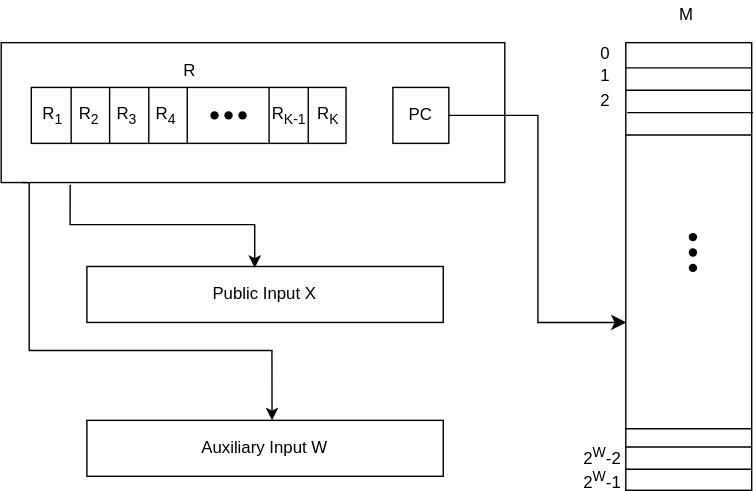
Earlier version of the draw.io export docs/public/images/nvm-architecture.svg (nexus-xyz/nexus-zkvm). Source tidied: cells renumbered, new cells last; positions are measured from the earlier drawing's top-left corner, leaving out a move shared by most shapes. The source it was exported from:
```xml
<mxGraphModel>
  <root>
    <mxCell id="0" />
    <mxCell id="1" parent="0" />
    <mxCell id="2" style="group;" parent="1" vertex="1">
      <mxGeometry width="537.5" height="350" as="geometry" />
    </mxCell>
    <mxCell id="3" style="group;" parent="2" vertex="1">
      <mxGeometry x="400" y="30" width="137.5" height="320" as="geometry" />
    </mxCell>
    <mxCell id="4" style="rounded=0;whiteSpace=wrap;html=1;direction=south;" parent="3" vertex="1">
      <mxGeometry x="46.5" width="90" height="320" as="geometry" />
    </mxCell>
    <mxCell id="5" style="line;strokeWidth=1;html=1;perimeter=backbonePerimeter;" parent="3" vertex="1">
      <mxGeometry x="46.5" y="12" width="90" height="12" as="geometry" />
    </mxCell>
    <mxCell id="6" style="line;strokeWidth=1;html=1;perimeter=backbonePerimeter;" parent="3" vertex="1">
      <mxGeometry x="46.5" y="28" width="90" height="12" as="geometry" />
    </mxCell>
    <mxCell id="7" style="line;strokeWidth=1;html=1;perimeter=backbonePerimeter;" parent="3" vertex="1">
      <mxGeometry x="47.5" y="44" width="90" height="12" as="geometry" />
    </mxCell>
    <mxCell id="8" style="line;strokeWidth=1;html=1;perimeter=backbonePerimeter;" parent="3" vertex="1">
      <mxGeometry x="46.5" y="60" width="90" height="12" as="geometry" />
    </mxCell>
    <mxCell id="9" style="line;strokeWidth=1;html=1;perimeter=backbonePerimeter;" parent="3" vertex="1">
      <mxGeometry x="46.5" y="299" width="90" height="12" as="geometry" />
    </mxCell>
    <mxCell id="10" style="line;strokeWidth=1;html=1;perimeter=backbonePerimeter;" parent="3" vertex="1">
      <mxGeometry x="46.5" y="283" width="90" height="12" as="geometry" />
    </mxCell>
    <mxCell id="11" style="line;strokeWidth=1;html=1;perimeter=backbonePerimeter;" parent="3" vertex="1">
      <mxGeometry x="46" y="270" width="90" height="12" as="geometry" />
    </mxCell>
    <mxCell id="12" style="group;" parent="3" vertex="1">
      <mxGeometry x="84.5" y="129" width="20" height="42" as="geometry" />
    </mxCell>
    <mxCell id="13" style="shape=waypoint;sketch=0;fillStyle=solid;size=6;fillColor=none;perimeter=centerPerimeter;" parent="12" vertex="1">
      <mxGeometry y="11" width="20" height="20" as="geometry" />
    </mxCell>
    <mxCell id="14" style="shape=waypoint;sketch=0;fillStyle=solid;size=6;fillColor=none;perimeter=centerPerimeter;" parent="12" vertex="1">
      <mxGeometry y="22" width="20" height="20" as="geometry" />
    </mxCell>
    <mxCell id="15" style="shape=waypoint;sketch=0;fillStyle=solid;size=6;fillColor=none;perimeter=centerPerimeter;" parent="12" vertex="1">
      <mxGeometry width="20" height="20" as="geometry" />
    </mxCell>
    <mxCell id="16" value="0" style="text;html=1;strokeColor=none;fillColor=none;align=center;verticalAlign=middle;whiteSpace=wrap;rounded=0;" parent="3" vertex="1">
      <mxGeometry x="2" y="3" width="60" height="9" as="geometry" />
    </mxCell>
    <mxCell id="17" value="1" style="text;html=1;strokeColor=none;fillColor=none;align=center;verticalAlign=middle;whiteSpace=wrap;rounded=0;" parent="3" vertex="1">
      <mxGeometry x="2" y="20" width="60" height="9" as="geometry" />
    </mxCell>
    <mxCell id="18" value="2" style="text;html=1;strokeColor=none;fillColor=none;align=center;verticalAlign=middle;whiteSpace=wrap;rounded=0;" parent="3" vertex="1">
      <mxGeometry x="2" y="37" width="60" height="9" as="geometry" />
    </mxCell>
    <mxCell id="19" value="2&lt;sup&gt;W&lt;/sup&gt;-1" style="text;html=1;strokeColor=none;fillColor=none;align=center;verticalAlign=middle;whiteSpace=wrap;rounded=0;" parent="3" vertex="1">
      <mxGeometry y="308" width="60" height="9" as="geometry" />
    </mxCell>
    <mxCell id="20" value="2&lt;sup&gt;W&lt;/sup&gt;-2" style="text;html=1;strokeColor=none;fillColor=none;align=center;verticalAlign=middle;whiteSpace=wrap;rounded=0;" parent="3" vertex="1">
      <mxGeometry y="292" width="60" height="9" as="geometry" />
    </mxCell>
    <mxCell id="21" value="M" style="text;html=1;strokeColor=none;fillColor=none;align=center;verticalAlign=middle;whiteSpace=wrap;rounded=0;" parent="2" vertex="1">
      <mxGeometry x="460" width="60" height="20" as="geometry" />
    </mxCell>
    <mxCell id="22" value="Public Input X" style="rounded=0;whiteSpace=wrap;html=1;" parent="2" vertex="1">
      <mxGeometry x="61.2" y="190" width="254.8" height="40" as="geometry" />
    </mxCell>
    <mxCell id="23" style="rounded=0;whiteSpace=wrap;html=1;" parent="2" vertex="1">
      <mxGeometry y="30" width="360" height="100" as="geometry" />
    </mxCell>
    <mxCell id="24" value="PC" style="rounded=0;whiteSpace=wrap;html=1;" parent="2" vertex="1">
      <mxGeometry x="280" y="62" width="40" height="40" as="geometry" />
    </mxCell>
    <mxCell id="25" value="R" style="text;html=1;strokeColor=none;fillColor=none;align=center;verticalAlign=middle;whiteSpace=wrap;rounded=0;" parent="2" vertex="1">
      <mxGeometry x="105.2" y="40" width="60" height="20" as="geometry" />
    </mxCell>
    <mxCell id="26" style="group;" parent="2" vertex="1">
      <mxGeometry x="20" y="62" width="230.5" height="40" as="geometry" />
    </mxCell>
    <mxCell id="27" style="rounded=0;whiteSpace=wrap;html=1;" parent="26" vertex="1">
      <mxGeometry x="1.5" width="225" height="40" as="geometry" />
    </mxCell>
    <mxCell id="28" style="line;strokeWidth=1;direction=south;html=1;" parent="26" vertex="1">
      <mxGeometry x="25" width="10" height="40" as="geometry" />
    </mxCell>
    <mxCell id="29" style="line;strokeWidth=1;direction=south;html=1;" parent="26" vertex="1">
      <mxGeometry x="52.5" width="10" height="40" as="geometry" />
    </mxCell>
    <mxCell id="30" style="line;strokeWidth=1;direction=south;html=1;" parent="26" vertex="1">
      <mxGeometry x="80.5" width="10" height="40" as="geometry" />
    </mxCell>
    <mxCell id="31" style="line;strokeWidth=1;direction=south;html=1;" parent="26" vertex="1">
      <mxGeometry x="108" width="10" height="40" as="geometry" />
    </mxCell>
    <mxCell id="32" style="line;strokeWidth=1;direction=south;html=1;" parent="26" vertex="1">
      <mxGeometry x="166.5" width="10" height="40" as="geometry" />
    </mxCell>
    <mxCell id="33" style="line;strokeWidth=1;direction=south;html=1;" parent="26" vertex="1">
      <mxGeometry x="194.5" width="10" height="40" as="geometry" />
    </mxCell>
    <mxCell id="34" value="R&lt;sub&gt;1&lt;/sub&gt;" style="text;html=1;strokeColor=none;fillColor=none;align=center;verticalAlign=middle;whiteSpace=wrap;rounded=0;" parent="26" vertex="1">
      <mxGeometry y="10" width="34" height="20" as="geometry" />
    </mxCell>
    <mxCell id="35" value="R&lt;sub&gt;2&lt;/sub&gt;" style="text;html=1;strokeColor=none;fillColor=none;align=center;verticalAlign=middle;whiteSpace=wrap;rounded=0;" parent="26" vertex="1">
      <mxGeometry x="26" y="10" width="34" height="20" as="geometry" />
    </mxCell>
    <mxCell id="36" value="R&lt;sub&gt;3&lt;/sub&gt;" style="text;html=1;strokeColor=none;fillColor=none;align=center;verticalAlign=middle;whiteSpace=wrap;rounded=0;" parent="26" vertex="1">
      <mxGeometry x="53" y="10" width="34" height="20" as="geometry" />
    </mxCell>
    <mxCell id="37" value="R&lt;sub&gt;K-1&lt;/sub&gt;" style="text;html=1;strokeColor=none;fillColor=none;align=center;verticalAlign=middle;whiteSpace=wrap;rounded=0;" parent="26" vertex="1">
      <mxGeometry x="168.5" y="10" width="34" height="20" as="geometry" />
    </mxCell>
    <mxCell id="38" value="R&lt;sub&gt;K&lt;/sub&gt;" style="text;html=1;strokeColor=none;fillColor=none;align=center;verticalAlign=middle;whiteSpace=wrap;rounded=0;" parent="26" vertex="1">
      <mxGeometry x="196.5" y="10" width="34" height="20" as="geometry" />
    </mxCell>
    <mxCell id="39" value="R&lt;sub&gt;4&lt;/sub&gt;" style="text;html=1;strokeColor=none;fillColor=none;align=center;verticalAlign=middle;whiteSpace=wrap;rounded=0;" parent="26" vertex="1">
      <mxGeometry x="81" y="10" width="34" height="20" as="geometry" />
    </mxCell>
    <mxCell id="40" style="group;" parent="26" vertex="1">
      <mxGeometry x="122.5" y="10" width="40" height="20" as="geometry" />
    </mxCell>
    <mxCell id="41" style="shape=waypoint;sketch=0;fillStyle=solid;size=6;fillColor=none;perimeter=centerPerimeter;" parent="40" vertex="1">
      <mxGeometry width="20" height="20" as="geometry" />
    </mxCell>
    <mxCell id="42" style="shape=waypoint;sketch=0;fillStyle=solid;size=6;fillColor=none;perimeter=centerPerimeter;" parent="40" vertex="1">
      <mxGeometry x="10" width="20" height="20" as="geometry" />
    </mxCell>
    <mxCell id="43" style="shape=waypoint;sketch=0;fillStyle=solid;size=6;fillColor=none;perimeter=centerPerimeter;" parent="40" vertex="1">
      <mxGeometry x="20" width="20" height="20" as="geometry" />
    </mxCell>
    <mxCell id="44" style="edgeStyle=elbowEdgeStyle;elbow=horizontal;endArrow=classic;html=1;curved=0;rounded=0;endSize=8;startSize=8;exitX=1;exitY=0.5;exitDx=0;exitDy=0;" parent="2" edge="1" source="24">
      <mxGeometry relative="1" as="geometry">
        <mxPoint x="447" y="230" as="targetPoint" />
      </mxGeometry>
    </mxCell>
    <mxCell id="45" style="edgeStyle=orthogonalEdgeStyle;rounded=0;orthogonalLoop=1;jettySize=auto;html=1;entryX=0.5;entryY=0;entryDx=0;entryDy=0;exitX=0.028;exitY=1;exitDx=0;exitDy=0;exitPerimeter=0;" parent="2" edge="1">
      <mxGeometry relative="1" as="geometry">
        <mxPoint x="15.1" y="130" as="sourcePoint" />
        <mxPoint x="193.6" y="300" as="targetPoint" />
        <Array as="points">
          <mxPoint x="20" y="130" />
          <mxPoint x="20" y="250" />
          <mxPoint x="194" y="250" />
        </Array>
      </mxGeometry>
    </mxCell>
    <mxCell id="46" value="Auxiliary Input W" style="rounded=0;whiteSpace=wrap;html=1;" parent="2" vertex="1">
      <mxGeometry x="61.2" y="300" width="254.8" height="40" as="geometry" />
    </mxCell>
    <mxCell id="47" style="edgeStyle=orthogonalEdgeStyle;rounded=0;jettySize=auto;html=1;entryX=0.5;entryY=0;entryDx=0;entryDy=0;exitX=0.137;exitY=1.015;exitDx=0;exitDy=0;exitPerimeter=0;" parent="2" edge="1" source="23">
      <mxGeometry relative="1" as="geometry">
        <mxPoint x="181.2" y="191" as="targetPoint" />
        <Array as="points">
          <mxPoint x="49" y="160" />
          <mxPoint x="181" y="160" />
        </Array>
      </mxGeometry>
    </mxCell>
  </root>
</mxGraphModel>
```
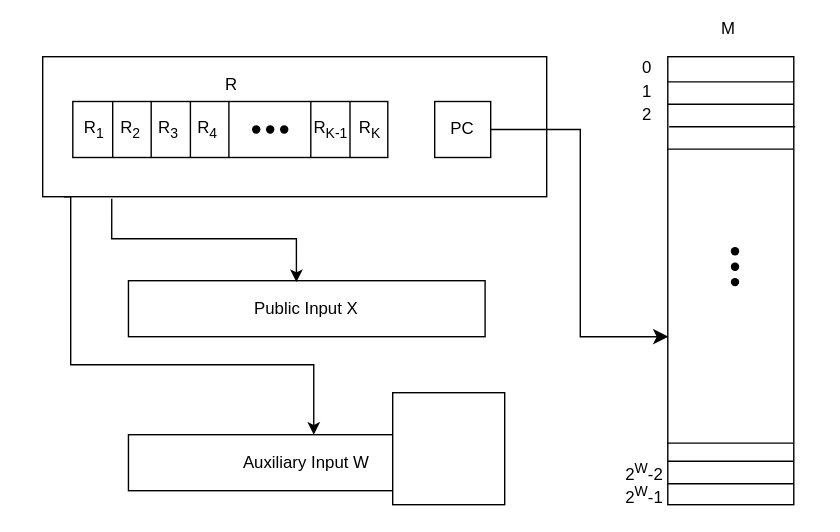
Above is the later version.

Commit message:
Updated nvm figures

Diff of the diagram source:
```diff
@@ -2,6 +2,9 @@
   <root>
     <mxCell id="0" />
     <mxCell id="1" parent="0" />
+    <mxCell id="48" style="rounded=0;whiteSpace=wrap;html=1;strokeColor=none;" parent="1" vertex="1">
+      <mxGeometry x="-30" y="-10" width="600" height="380" as="geometry" />
+    </mxCell>
     <mxCell id="2" style="group;" parent="1" vertex="1">
       <mxGeometry width="537.5" height="350" as="geometry" />
     </mxCell>
@@ -41,9 +44,9 @@
     <mxCell id="14" style="shape=waypoint;sketch=0;fillStyle=solid;size=6;fillColor=none;perimeter=centerPerimeter;" parent="12" vertex="1">
       <mxGeometry y="22" width="20" height="20" as="geometry" />
     </mxCell>
-    <mxCell id="15" style="shape=waypoint;sketch=0;fillStyle=solid;size=6;fillColor=none;perimeter=centerPerimeter;" parent="12" vertex="1">
-      <mxGeometry width="20" height="20" as="geometry" />
-    </mxCell>
+    <mxCell id="49" style="shape=waypoint;sketch=0;fillStyle=solid;size=6;fillColor=none;perimeter=centerPerimeter;" parent="12" vertex="1">
+      <mxGeometry width="20" height="20" as="geometry" />
+    </mxCell>
     <mxCell id="16" value="0" style="text;html=1;strokeColor=none;fillColor=none;align=center;verticalAlign=middle;whiteSpace=wrap;rounded=0;" parent="3" vertex="1">
       <mxGeometry x="2" y="3" width="60" height="9" as="geometry" />
     </mxCell>
@@ -119,42 +122,45 @@
     <mxCell id="40" style="group;" parent="26" vertex="1">
       <mxGeometry x="122.5" y="10" width="40" height="20" as="geometry" />
     </mxCell>
-    <mxCell id="41" style="shape=waypoint;sketch=0;fillStyle=solid;size=6;fillColor=none;perimeter=centerPerimeter;" parent="40" vertex="1">
-      <mxGeometry width="20" height="20" as="geometry" />
-    </mxCell>
+    <mxCell id="50" style="shape=waypoint;sketch=0;fillStyle=solid;size=6;fillColor=none;perimeter=centerPerimeter;" parent="40" vertex="1">
+      <mxGeometry width="20" height="20" as="geometry" />
+    </mxCell>
     <mxCell id="42" style="shape=waypoint;sketch=0;fillStyle=solid;size=6;fillColor=none;perimeter=centerPerimeter;" parent="40" vertex="1">
       <mxGeometry x="10" width="20" height="20" as="geometry" />
     </mxCell>
     <mxCell id="43" style="shape=waypoint;sketch=0;fillStyle=solid;size=6;fillColor=none;perimeter=centerPerimeter;" parent="40" vertex="1">
       <mxGeometry x="20" width="20" height="20" as="geometry" />
     </mxCell>
-    <mxCell id="44" style="edgeStyle=elbowEdgeStyle;elbow=horizontal;endArrow=classic;html=1;curved=0;rounded=0;endSize=8;startSize=8;exitX=1;exitY=0.5;exitDx=0;exitDy=0;" parent="2" edge="1" source="24">
-      <mxGeometry relative="1" as="geometry">
-        <mxPoint x="447" y="230" as="targetPoint" />
-      </mxGeometry>
-    </mxCell>
-    <mxCell id="45" style="edgeStyle=orthogonalEdgeStyle;rounded=0;orthogonalLoop=1;jettySize=auto;html=1;entryX=0.5;entryY=0;entryDx=0;entryDy=0;exitX=0.028;exitY=1;exitDx=0;exitDy=0;exitPerimeter=0;" parent="2" edge="1">
-      <mxGeometry relative="1" as="geometry">
-        <mxPoint x="15.1" y="130" as="sourcePoint" />
-        <mxPoint x="193.6" y="300" as="targetPoint" />
-        <Array as="points">
-          <mxPoint x="20" y="130" />
-          <mxPoint x="20" y="250" />
-          <mxPoint x="194" y="250" />
-        </Array>
-      </mxGeometry>
-    </mxCell>
+    <mxCell id="51" style="edgeStyle=elbowEdgeStyle;elbow=horizontal;endArrow=classic;html=1;curved=0;rounded=0;endSize=8;startSize=8;exitX=1;exitY=0.5;exitDx=0;exitDy=0;" parent="2" edge="1" source="24">
+      <mxGeometry relative="1" as="geometry">
+        <mxPoint x="447" y="230" as="targetPoint" />
+      </mxGeometry>
+    </mxCell>
+    <mxCell id="52" style="edgeStyle=orthogonalEdgeStyle;rounded=0;orthogonalLoop=1;jettySize=auto;html=1;entryX=0.5;entryY=0;entryDx=0;entryDy=0;exitX=0.028;exitY=1;exitDx=0;exitDy=0;exitPerimeter=0;" parent="2" edge="1">
+      <mxGeometry relative="1" as="geometry">
+        <mxPoint x="15.1" y="130" as="sourcePoint" />
+        <mxPoint x="193.6" y="300" as="targetPoint" />
+        <Array as="points">
+          <mxPoint x="20" y="130" />
+          <mxPoint x="20" y="250" />
+          <mxPoint x="194" y="250" />
+        </Array>
+      </mxGeometry>
+    </mxCell>
     <mxCell id="46" value="Auxiliary Input W" style="rounded=0;whiteSpace=wrap;html=1;" parent="2" vertex="1">
       <mxGeometry x="61.2" y="300" width="254.8" height="40" as="geometry" />
     </mxCell>
-    <mxCell id="47" style="edgeStyle=orthogonalEdgeStyle;rounded=0;jettySize=auto;html=1;entryX=0.5;entryY=0;entryDx=0;entryDy=0;exitX=0.137;exitY=1.015;exitDx=0;exitDy=0;exitPerimeter=0;" parent="2" edge="1" source="23">
-      <mxGeometry relative="1" as="geometry">
-        <mxPoint x="181.2" y="191" as="targetPoint" />
-        <Array as="points">
-          <mxPoint x="49" y="160" />
-          <mxPoint x="181" y="160" />
-        </Array>
-      </mxGeometry>
-    </mxCell>
+    <mxCell id="53" style="edgeStyle=orthogonalEdgeStyle;rounded=0;jettySize=auto;html=1;entryX=0.5;entryY=0;entryDx=0;entryDy=0;exitX=0.137;exitY=1.015;exitDx=0;exitDy=0;exitPerimeter=0;" parent="2" edge="1" source="23">
+      <mxGeometry relative="1" as="geometry">
+        <mxPoint x="181.2" y="191" as="targetPoint" />
+        <Array as="points">
+          <mxPoint x="49" y="160" />
+          <mxPoint x="181" y="160" />
+        </Array>
+      </mxGeometry>
+    </mxCell>
+    <mxCell id="54" style="whiteSpace=wrap;html=1;" parent="1" vertex="1">
+      <mxGeometry x="250" y="270" width="80" height="80" as="geometry" />
+    </mxCell>
   </root>
 </mxGraphModel>
```
